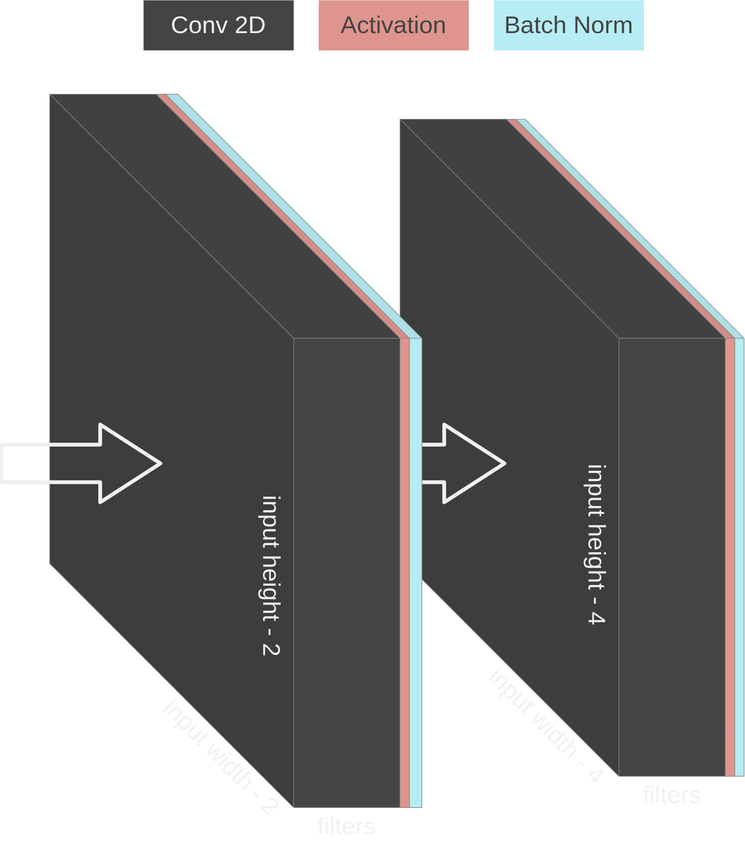
theNewFlesh/flatiron keeps this draw.io diagram as sphinx/images/downsample_conv2d.svg. Above is the earlier version. Source tidied: cells renumbered, new cells last; positions are measured from the earlier drawing's top-left corner, leaving out a move shared by most shapes.
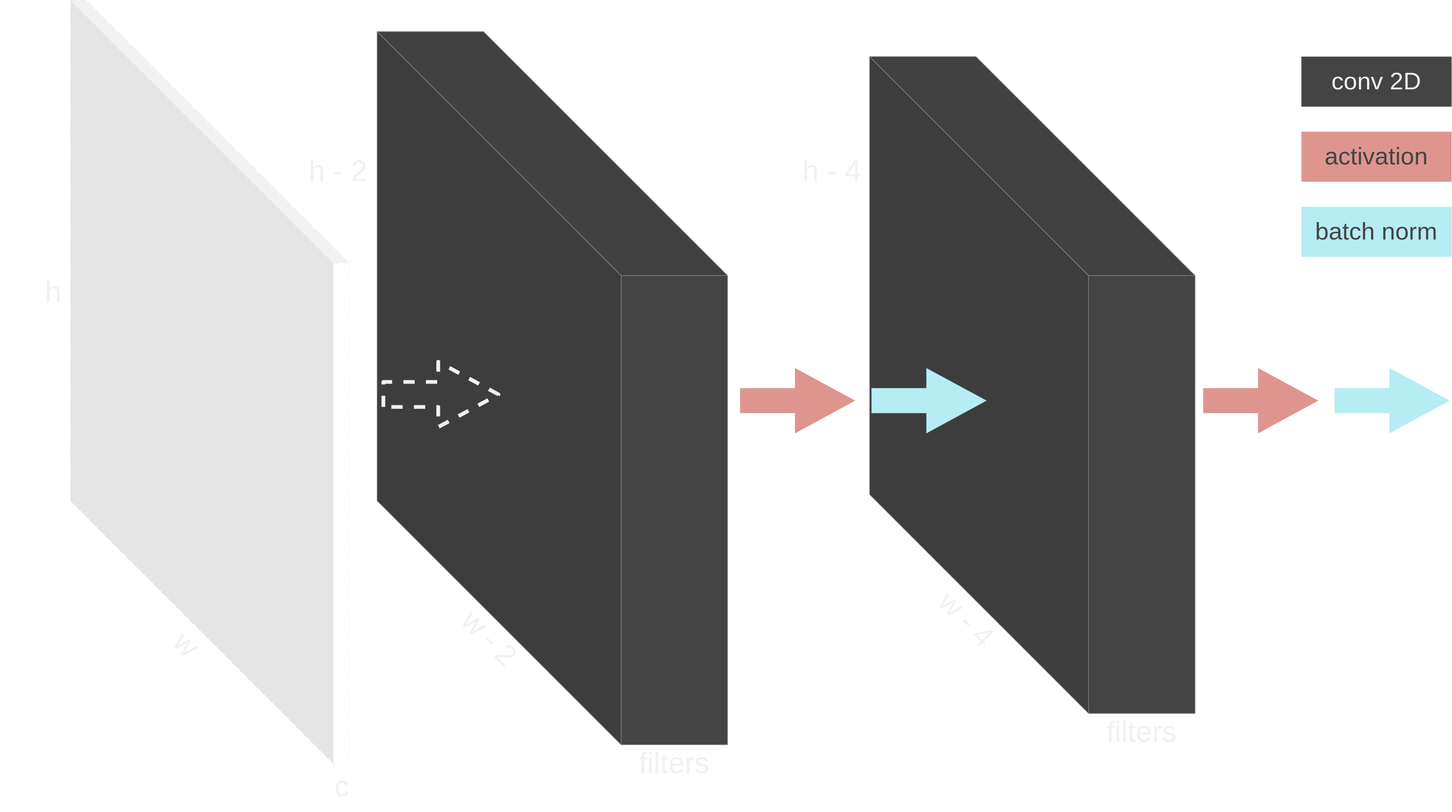
After the commit.

Change to the diagram source:
```diff
@@ -2,62 +2,80 @@
   <root>
     <mxCell id="0" />
     <mxCell id="1" parent="0" />
-    <mxCell id="2" style="shape=cube;whiteSpace=wrap;html=1;boundedLbl=1;backgroundOutline=1;darkOpacity=0.05;darkOpacity2=0.1;size=350;fillColor=#B6ECF3;strokeColor=#888888;" parent="1" vertex="1">
-      <mxGeometry x="825" y="190" width="365" height="1050" as="geometry" />
-    </mxCell>
-    <mxCell id="3" style="shape=cube;whiteSpace=wrap;html=1;boundedLbl=1;backgroundOutline=1;darkOpacity=0.05;darkOpacity2=0.1;size=350;fillColor=#DE958E;strokeColor=#888888;" parent="1" vertex="1">
-      <mxGeometry x="810" y="190" width="365" height="1050" as="geometry" />
-    </mxCell>
     <mxCell id="4" style="shape=cube;whiteSpace=wrap;html=1;boundedLbl=1;backgroundOutline=1;darkOpacity=0.05;darkOpacity2=0.1;size=350;fillColor=#444444;strokeColor=#888888;" parent="1" vertex="1">
-      <mxGeometry x="640" y="190" width="520" height="1050" as="geometry" />
+      <mxGeometry x="925" y="190" width="520" height="1050" as="geometry" />
     </mxCell>
-    <mxCell id="5" value="&lt;font style=&quot;font-size: 39px;&quot;&gt;Activation&lt;/font&gt;" style="text;html=1;strokeColor=none;fillColor=#DE958E;align=center;verticalAlign=middle;whiteSpace=wrap;rounded=0;fontColor=#444444;" parent="1" vertex="1">
-      <mxGeometry x="510" width="240" height="80" as="geometry" />
+    <mxCell id="5" value="&lt;font style=&quot;font-size: 39px;&quot;&gt;activation&lt;/font&gt;" style="text;html=1;strokeColor=none;fillColor=#DE958E;align=center;verticalAlign=middle;whiteSpace=wrap;rounded=0;fontColor=#444444;" parent="1" vertex="1">
+      <mxGeometry x="1615" y="310" width="240" height="80" as="geometry" />
     </mxCell>
-    <mxCell id="6" value="&lt;font style=&quot;font-size: 39px;&quot;&gt;Batch Norm&lt;/font&gt;" style="text;html=1;strokeColor=none;fillColor=#B6ECF3;align=center;verticalAlign=middle;whiteSpace=wrap;rounded=0;fontColor=#444444;" parent="1" vertex="1">
-      <mxGeometry x="790" width="240" height="80" as="geometry" />
+    <mxCell id="6" value="&lt;font style=&quot;font-size: 39px;&quot;&gt;batch norm&lt;/font&gt;" style="text;html=1;strokeColor=none;fillColor=#B6ECF3;align=center;verticalAlign=middle;whiteSpace=wrap;rounded=0;fontColor=#444444;" parent="1" vertex="1">
+      <mxGeometry x="1615" y="430" width="240" height="80" as="geometry" />
     </mxCell>
-    <mxCell id="7" value="&lt;font style=&quot;font-size: 39px;&quot;&gt;Conv 2D&lt;/font&gt;" style="text;html=1;strokeColor=none;fillColor=#444444;align=center;verticalAlign=middle;whiteSpace=wrap;rounded=0;fontColor=#f1f1f1;" parent="1" vertex="1">
-      <mxGeometry x="230" width="240" height="80" as="geometry" />
+    <mxCell id="7" value="&lt;font style=&quot;font-size: 39px;&quot;&gt;conv 2D&lt;/font&gt;" style="text;html=1;strokeColor=none;fillColor=#444444;align=center;verticalAlign=middle;whiteSpace=wrap;rounded=0;fontColor=#f1f1f1;" parent="1" vertex="1">
+      <mxGeometry x="1615" y="190" width="240" height="80" as="geometry" />
     </mxCell>
-    <mxCell id="8" value="&lt;font style=&quot;font-size: 39px;&quot;&gt;filters&lt;/font&gt;" style="text;html=1;strokeColor=none;fillColor=none;align=center;verticalAlign=middle;whiteSpace=wrap;rounded=0;fontColor=#f1f1f1;" parent="1" vertex="1">
-      <mxGeometry x="990" y="1230" width="170" height="80" as="geometry" />
+    <mxCell id="8" value="&lt;font style=&quot;font-size: 47px;&quot;&gt;filters&lt;/font&gt;" style="text;html=1;strokeColor=none;fillColor=none;align=center;verticalAlign=middle;whiteSpace=wrap;rounded=0;fontColor=#f1f1f1;fontSize=47;" parent="1" vertex="1">
+      <mxGeometry x="1275" y="1230" width="170" height="80" as="geometry" />
     </mxCell>
-    <mxCell id="9" value="&lt;font style=&quot;font-size: 39px;&quot;&gt;input height - 4&lt;br&gt;&lt;/font&gt;" style="text;html=1;strokeColor=none;fillColor=none;align=center;verticalAlign=middle;whiteSpace=wrap;rounded=0;rotation=90;fontColor=#f1f1f1;" parent="1" vertex="1">
-      <mxGeometry x="760" y="830" width="390" height="80" as="geometry" />
+    <mxCell id="9" value="&lt;font style=&quot;font-size: 47px;&quot;&gt;h - 4&lt;br style=&quot;font-size: 47px;&quot;&gt;&lt;/font&gt;" style="text;html=1;strokeColor=none;fillColor=none;align=center;verticalAlign=middle;whiteSpace=wrap;rounded=0;rotation=0;fontColor=#f1f1f1;fontSize=47;" parent="1" vertex="1">
+      <mxGeometry x="795" y="333" width="140" height="80" as="geometry" />
     </mxCell>
-    <mxCell id="10" value="&lt;font style=&quot;font-size: 39px;&quot;&gt;input width - 4&lt;br&gt;&lt;/font&gt;" style="text;html=1;strokeColor=none;fillColor=none;align=center;verticalAlign=middle;whiteSpace=wrap;rounded=0;rotation=45;fontColor=#f1f1f1;" parent="1" vertex="1">
-      <mxGeometry x="690" y="1120" width="370" height="80" as="geometry" />
+    <mxCell id="10" value="&lt;font style=&quot;font-size: 47px;&quot;&gt;w - 4&lt;br style=&quot;font-size: 47px;&quot;&gt;&lt;/font&gt;" style="text;html=1;strokeColor=none;fillColor=none;align=center;verticalAlign=middle;whiteSpace=wrap;rounded=0;rotation=45;fontColor=#f1f1f1;fontSize=47;" parent="1" vertex="1">
+      <mxGeometry x="895" y="1050" width="370" height="80" as="geometry" />
     </mxCell>
-    <mxCell id="11" style="shape=flexArrow;endArrow=classic;html=1;fontSize=39;fontColor=#F0F0F0;endWidth=58.333333333333336;endSize=30.116666666666667;width=55;strokeWidth=6;fillColor=none;strokeColor=#f0f0f0;" parent="1" edge="1">
+    <mxCell id="11" style="shape=flexArrow;endArrow=classic;html=1;fontSize=43;fontColor=#F0F0F0;endWidth=58.333333333333336;endSize=30.116666666666667;width=35;strokeWidth=6;fillColor=#B6ECF3;strokeColor=none;" parent="1" edge="1">
       <mxGeometry relative="1" as="geometry">
-        <mxPoint x="590" y="740" as="sourcePoint" />
-        <mxPoint x="810" y="740" as="targetPoint" />
+        <mxPoint x="925" y="740" as="sourcePoint" />
+        <mxPoint x="1115" y="740" as="targetPoint" />
       </mxGeometry>
     </mxCell>
-    <mxCell id="12" style="shape=cube;whiteSpace=wrap;html=1;boundedLbl=1;backgroundOutline=1;darkOpacity=0.05;darkOpacity2=0.1;size=390;fillColor=#B6ECF3;strokeColor=#888888;" parent="1" vertex="1">
-      <mxGeometry x="265" y="150" width="410" height="1140" as="geometry" />
-    </mxCell>
-    <mxCell id="13" style="shape=cube;whiteSpace=wrap;html=1;boundedLbl=1;backgroundOutline=1;darkOpacity=0.05;darkOpacity2=0.1;size=390;fillColor=#DE958E;strokeColor=#888888;" parent="1" vertex="1">
-      <mxGeometry x="250" y="150" width="405" height="1140" as="geometry" />
-    </mxCell>
     <mxCell id="14" style="shape=cube;whiteSpace=wrap;html=1;boundedLbl=1;backgroundOutline=1;darkOpacity=0.05;darkOpacity2=0.1;size=390;fillColor=#444444;strokeColor=#888888;" parent="1" vertex="1">
-      <mxGeometry x="80" y="150" width="560" height="1140" as="geometry" />
+      <mxGeometry x="138" y="150" width="560" height="1140" as="geometry" />
     </mxCell>
-    <mxCell id="15" value="&lt;font style=&quot;font-size: 39px;&quot;&gt;input height - 2&lt;/font&gt;" style="text;html=1;strokeColor=none;fillColor=none;align=center;verticalAlign=middle;whiteSpace=wrap;rounded=0;rotation=90;fontColor=#f1f1f1;" parent="1" vertex="1">
-      <mxGeometry x="240" y="880" width="390" height="80" as="geometry" />
-    </mxCell>
-    <mxCell id="16" value="&lt;font style=&quot;font-size: 39px;&quot;&gt;filters&lt;/font&gt;" style="text;html=1;strokeColor=none;fillColor=none;align=center;verticalAlign=middle;whiteSpace=wrap;rounded=0;fontColor=#f1f1f1;" parent="1" vertex="1">
-      <mxGeometry x="470" y="1280" width="170" height="80" as="geometry" />
+    <mxCell id="16" value="&lt;font style=&quot;font-size: 47px;&quot;&gt;filters&lt;/font&gt;" style="text;html=1;strokeColor=none;fillColor=none;align=center;verticalAlign=middle;whiteSpace=wrap;rounded=0;fontColor=#f1f1f1;fontSize=47;" parent="1" vertex="1">
+      <mxGeometry x="528" y="1280" width="170" height="80" as="geometry" />
     </mxCell>
-    <mxCell id="17" value="&lt;font style=&quot;font-size: 39px;&quot;&gt;input width - 2&lt;/font&gt;" style="text;html=1;strokeColor=none;fillColor=none;align=center;verticalAlign=middle;whiteSpace=wrap;rounded=0;rotation=45;fontColor=#f1f1f1;" parent="1" vertex="1">
-      <mxGeometry x="170" y="1170" width="370" height="80" as="geometry" />
+    <mxCell id="17" value="&lt;font style=&quot;font-size: 47px;&quot;&gt;w - 2&lt;/font&gt;" style="text;html=1;strokeColor=none;fillColor=none;align=center;verticalAlign=middle;whiteSpace=wrap;rounded=0;rotation=45;fontColor=#f1f1f1;fontSize=47;" parent="1" vertex="1">
+      <mxGeometry x="133" y="1080" width="370" height="80" as="geometry" />
     </mxCell>
-    <mxCell id="18" style="shape=flexArrow;endArrow=classic;html=1;fontSize=39;fontColor=#F0F0F0;endWidth=58.333333333333336;endSize=30.116666666666667;width=55;strokeWidth=6;fillColor=none;strokeColor=#f0f0f0;" parent="1" edge="1">
-      <mxGeometry relative="1" as="geometry">
-        <mxPoint y="740" as="sourcePoint" />
-        <mxPoint x="260" y="740" as="targetPoint" />
-      </mxGeometry>
-    </mxCell>
+    <mxCell id="19" style="shape=flexArrow;endArrow=classic;html=1;fontSize=43;fontColor=#F0F0F0;endWidth=58.333333333333336;endSize=30.116666666666667;width=35;strokeWidth=6;fillColor=#DE958E;strokeColor=none;" parent="1" edge="1">
+      <mxGeometry relative="1" as="geometry">
+        <mxPoint x="715" y="740" as="sourcePoint" />
+        <mxPoint x="905" y="740" as="targetPoint" />
+      </mxGeometry>
+    </mxCell>
+    <mxCell id="20" style="shape=cube;whiteSpace=wrap;html=1;boundedLbl=1;backgroundOutline=1;darkOpacity=0.05;darkOpacity2=0.1;size=420;fillColor=none;strokeColor=#f1f1f1;dashed=1;dashPattern=8 8;" parent="1" vertex="1">
+      <mxGeometry x="-352" y="100" width="445" height="1220" as="geometry" />
+    </mxCell>
+    <mxCell id="21" value="&lt;font style=&quot;font-size: 47px;&quot;&gt;c&lt;/font&gt;" style="text;html=1;strokeColor=none;fillColor=none;align=center;verticalAlign=middle;whiteSpace=wrap;rounded=0;fontColor=#f1f1f1;fontSize=47;" parent="1" vertex="1">
+      <mxGeometry x="-3" y="1317" width="170" height="80" as="geometry" />
+    </mxCell>
+    <mxCell id="22" value="&lt;font style=&quot;font-size: 47px;&quot;&gt;w&lt;/font&gt;" style="text;html=1;strokeColor=none;fillColor=none;align=center;verticalAlign=middle;whiteSpace=wrap;rounded=0;rotation=45;fontColor=#f1f1f1;fontSize=47;" parent="1" vertex="1">
+      <mxGeometry x="-352" y="1090" width="370" height="80" as="geometry" />
+    </mxCell>
+    <mxCell id="23" value="&lt;font style=&quot;font-size: 47px;&quot;&gt;h&lt;/font&gt;" style="text;html=1;strokeColor=none;fillColor=none;align=center;verticalAlign=middle;whiteSpace=wrap;rounded=0;fontColor=#f1f1f1;fontSize=47;" parent="1" vertex="1">
+      <mxGeometry x="-464" y="527" width="170" height="80" as="geometry" />
+    </mxCell>
+    <mxCell id="24" value="&lt;font style=&quot;font-size: 47px;&quot;&gt;h - 2&lt;br style=&quot;font-size: 47px;&quot;&gt;&lt;/font&gt;" style="text;html=1;strokeColor=none;fillColor=none;align=center;verticalAlign=middle;whiteSpace=wrap;rounded=0;rotation=0;fontColor=#f1f1f1;fontSize=47;" parent="1" vertex="1">
+      <mxGeometry x="6" y="333" width="140" height="80" as="geometry" />
+    </mxCell>
+    <mxCell id="25" style="shape=flexArrow;endArrow=classic;html=1;fontSize=43;fontColor=#F0F0F0;endWidth=58.333333333333336;endSize=30.116666666666667;width=35;strokeWidth=6;fillColor=#B6ECF3;strokeColor=none;" parent="1" edge="1">
+      <mxGeometry relative="1" as="geometry">
+        <mxPoint x="1665" y="740" as="sourcePoint" />
+        <mxPoint x="1855" y="740" as="targetPoint" />
+      </mxGeometry>
+    </mxCell>
+    <mxCell id="26" style="shape=flexArrow;endArrow=classic;html=1;fontSize=43;fontColor=#F0F0F0;endWidth=58.333333333333336;endSize=30.116666666666667;width=35;strokeWidth=6;fillColor=#DE958E;strokeColor=none;" parent="1" edge="1">
+      <mxGeometry relative="1" as="geometry">
+        <mxPoint x="1455" y="740" as="sourcePoint" />
+        <mxPoint x="1645" y="740" as="targetPoint" />
+      </mxGeometry>
+    </mxCell>
+    <mxCell id="27" style="shape=flexArrow;endArrow=classic;html=1;fontSize=43;fontColor=#F0F0F0;endWidth=58.333333333333336;endSize=30.116666666666667;width=35;strokeWidth=6;fillColor=none;strokeColor=#f1f1f1;dashed=1;" parent="1" edge="1">
+      <mxGeometry relative="1" as="geometry">
+        <mxPoint x="145" y="730" as="sourcePoint" />
+        <mxPoint x="335" y="730" as="targetPoint" />
+      </mxGeometry>
+    </mxCell>
   </root>
 </mxGraphModel>
```
